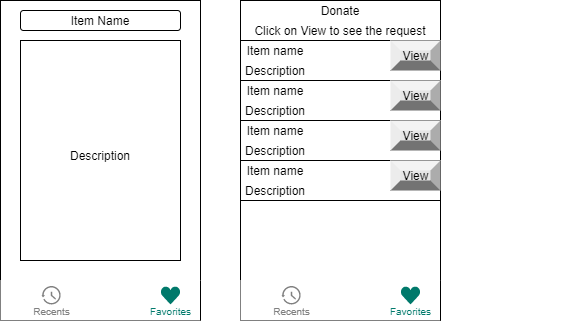
Earlier version of the draw.io export Barter System App Wireframe.png (TanishqSinghAnand/Barter-System-APP-wireframe-and-user-stories). Source tidied: cells renumbered, new cells last; positions are measured from the earlier drawing's top-left corner, leaving out a move shared by most shapes.
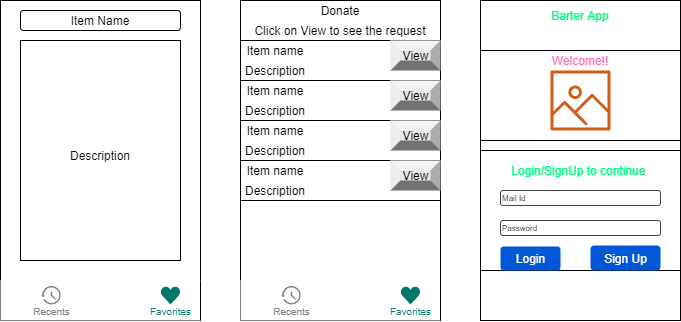
After the commit.

Commit message:
Added Welcome Screen

What changed in the source:
```diff
@@ -127,5 +127,38 @@
     <mxCell id="34" value="Click on View to see the request" style="text;html=1;strokeColor=none;fillColor=none;align=center;verticalAlign=middle;whiteSpace=wrap;rounded=0;" parent="1" vertex="1">
       <mxGeometry x="240" y="20" width="200" height="20" as="geometry" />
     </mxCell>
+    <mxCell id="35" style="rounded=0;whiteSpace=wrap;html=1;" parent="1" vertex="1">
+      <mxGeometry x="480" width="200" height="320" as="geometry" />
+    </mxCell>
+    <mxCell id="36" value="Barter App" style="text;html=1;strokeColor=none;fillColor=none;align=center;verticalAlign=middle;whiteSpace=wrap;rounded=0;fontColor=#00FF80;" parent="1" vertex="1">
+      <mxGeometry x="480" width="200" height="30" as="geometry" />
+    </mxCell>
+    <mxCell id="37" style="rounded=0;whiteSpace=wrap;html=1;" parent="1" vertex="1">
+      <mxGeometry x="480" y="50" width="200" height="90" as="geometry" />
+    </mxCell>
+    <mxCell id="38" value="Welcome!!" style="text;html=1;strokeColor=none;fillColor=none;align=center;verticalAlign=middle;whiteSpace=wrap;rounded=0;fontColor=#FF66B3;" parent="1" vertex="1">
+      <mxGeometry x="480" y="50" width="200" height="20" as="geometry" />
+    </mxCell>
+    <mxCell id="39" style="fontColor=#232F3E;gradientColor=none;fillColor=#D05C17;strokeColor=none;dashed=0;verticalLabelPosition=bottom;verticalAlign=top;align=center;html=1;fontSize=12;fontStyle=0;shape=mxgraph.aws4.container_registry_image;" parent="1" vertex="1">
+      <mxGeometry x="550" y="70" width="60" height="60" as="geometry" />
+    </mxCell>
+    <mxCell id="40" style="rounded=0;whiteSpace=wrap;html=1;fontColor=#00FF80;" parent="1" vertex="1">
+      <mxGeometry x="480" y="150" width="200" height="120" as="geometry" />
+    </mxCell>
+    <mxCell id="41" value="Login/SignUp to continue&amp;nbsp;" style="text;html=1;strokeColor=none;fillColor=none;align=center;verticalAlign=middle;whiteSpace=wrap;rounded=0;fontColor=#00FF80;" parent="1" vertex="1">
+      <mxGeometry x="480" y="150" width="200" height="40" as="geometry" />
+    </mxCell>
+    <mxCell id="42" value="Mail Id" style="strokeWidth=1;html=1;shadow=0;dashed=0;shape=mxgraph.ios.iTextInput;strokeColor=#444444;buttonText=;fontSize=8;whiteSpace=wrap;align=left;" parent="1" vertex="1">
+      <mxGeometry x="500" y="190" width="160" height="15" as="geometry" />
+    </mxCell>
+    <mxCell id="43" value="Password" style="strokeWidth=1;html=1;shadow=0;dashed=0;shape=mxgraph.ios.iTextInput;strokeColor=#444444;buttonText=;fontSize=8;whiteSpace=wrap;align=left;" parent="1" vertex="1">
+      <mxGeometry x="500" y="220" width="160" height="15" as="geometry" />
+    </mxCell>
+    <mxCell id="44" value="Login" style="rounded=1;fillColor=#0057D8;align=center;strokeColor=none;html=1;fontColor=#ffffff;fontSize=12;" parent="1" vertex="1">
+      <mxGeometry x="500" y="246" width="60" height="24" as="geometry" />
+    </mxCell>
+    <mxCell id="45" value="Sign Up" style="rounded=1;fillColor=#0057D8;align=center;strokeColor=none;html=1;fontColor=#ffffff;fontSize=12;" parent="1" vertex="1">
+      <mxGeometry x="590" y="245" width="70" height="25" as="geometry" />
+    </mxCell>
   </root>
 </mxGraphModel>
```
